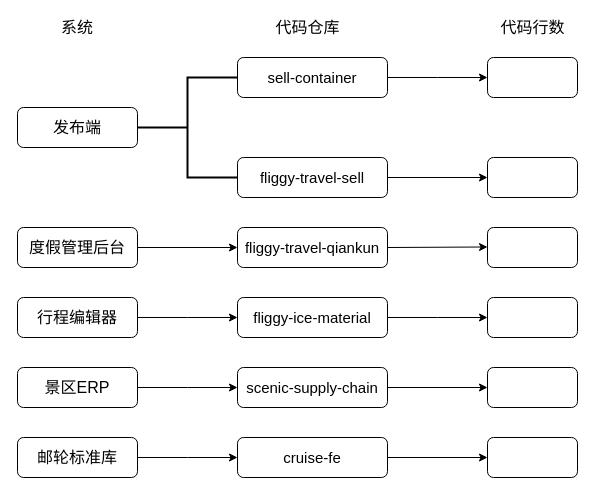
Before: 项目背景.drawio in MaZhengA/mzblog, a draw.io diagram. Source tidied: cells renumbered, new cells numbered last; positions are measured from the earlier drawing's top-left corner, leaving out a move shared by most shapes. Both pictures are drawn from the tidied source at 100%, with x=0, y=0 at pixel (17, 17).
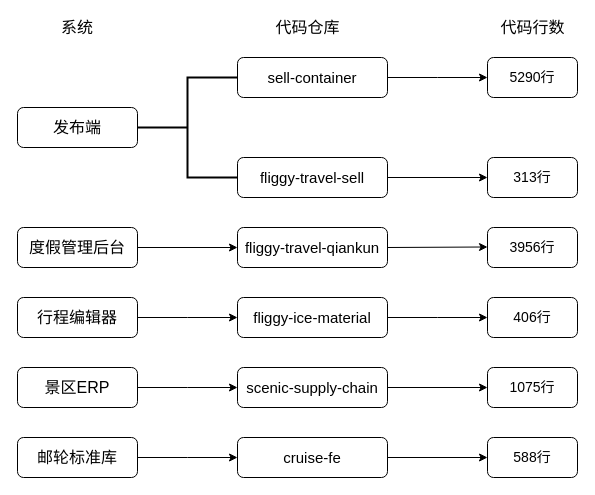
The same diagram, later.

Commit message:
更新项目背景.drawio

The edit, as a diff of the source:
```diff
@@
-    <mxCell id="8" style="rounded=1;whiteSpace=wrap;html=1;" parent="1" vertex="1">
+    <mxCell id="8" value="&lt;font style=&quot;font-size: 14px&quot;&gt;5290行&lt;/font&gt;" style="rounded=1;whiteSpace=wrap;html=1;" parent="1" vertex="1">
       <mxGeometry x="470" y="40" width="90" height="40" as="geometry" />
     </mxCell>
@@
-    <mxCell id="12" style="rounded=1;whiteSpace=wrap;html=1;" parent="1" vertex="1">
+    <mxCell id="12" value="&lt;font style=&quot;font-size: 14px&quot;&gt;313行&lt;/font&gt;" style="rounded=1;whiteSpace=wrap;html=1;" parent="1" vertex="1">
       <mxGeometry x="470" y="140" width="90" height="40" as="geometry" />
     </mxCell>
@@
-    <mxCell id="17" style="rounded=1;whiteSpace=wrap;html=1;" parent="1" vertex="1">
+    <mxCell id="17" value="&lt;font style=&quot;font-size: 14px&quot;&gt;3956行&lt;/font&gt;" style="rounded=1;whiteSpace=wrap;html=1;" parent="1" vertex="1">
       <mxGeometry x="470" y="210" width="90" height="40" as="geometry" />
     </mxCell>
@@
-    <mxCell id="22" style="rounded=1;whiteSpace=wrap;html=1;" parent="1" vertex="1">
+    <mxCell id="22" value="&lt;font style=&quot;font-size: 14px&quot;&gt;406行&lt;/font&gt;" style="rounded=1;whiteSpace=wrap;html=1;" parent="1" vertex="1">
       <mxGeometry x="470" y="280" width="90" height="40" as="geometry" />
     </mxCell>
@@
-    <mxCell id="27" style="rounded=1;whiteSpace=wrap;html=1;" parent="1" vertex="1">
+    <mxCell id="27" value="&lt;font style=&quot;font-size: 14px&quot;&gt;1075行&lt;/font&gt;" style="rounded=1;whiteSpace=wrap;html=1;" parent="1" vertex="1">
       <mxGeometry x="470" y="350" width="90" height="40" as="geometry" />
     </mxCell>
@@
-    <mxCell id="32" style="rounded=1;whiteSpace=wrap;html=1;" parent="1" vertex="1">
+    <mxCell id="32" value="&lt;font style=&quot;font-size: 14px&quot;&gt;588行&lt;/font&gt;" style="rounded=1;whiteSpace=wrap;html=1;" parent="1" vertex="1">
       <mxGeometry x="470" y="420" width="90" height="40" as="geometry" />
     </mxCell>
```
